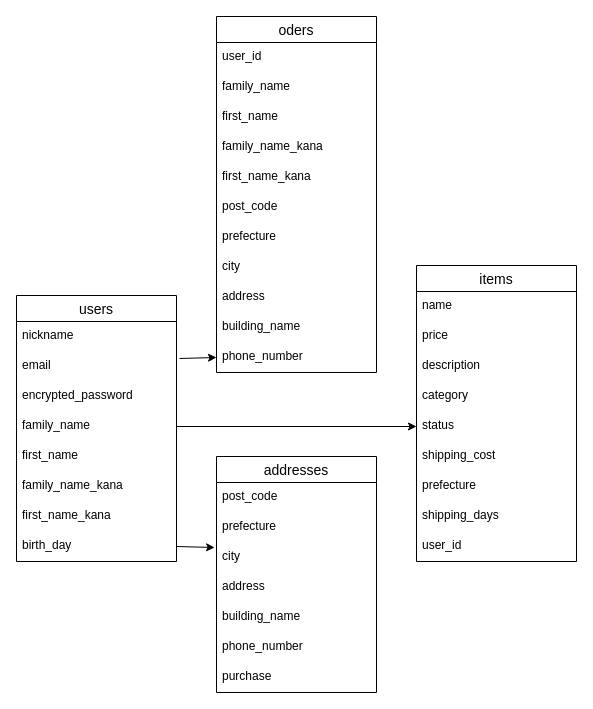
Earlier version of the draw.io diagram furima.dio (123yuki/furima-37850). Source tidied: cells renumbered, new cells numbered last; positions are measured from the earlier drawing's top-left corner, leaving out a move shared by most shapes. Both pictures are drawn from the tidied source at 100%, with x=0, y=0 at pixel (16, 16).
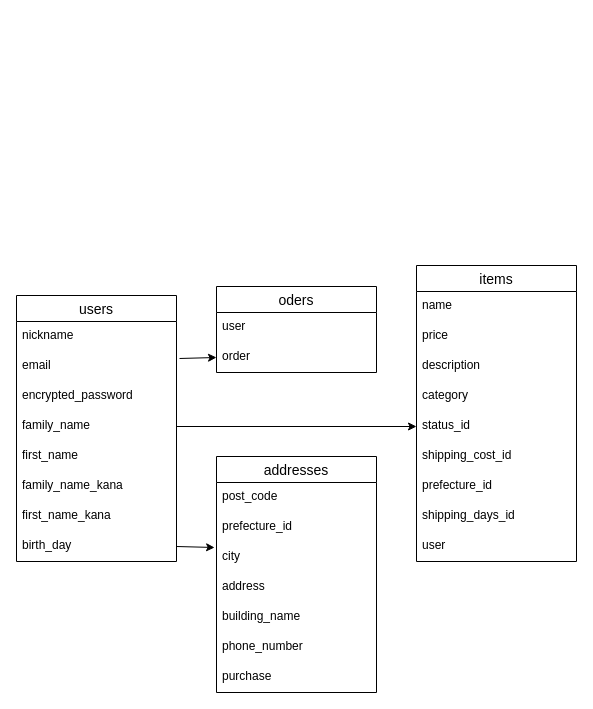
Above is the later version.

Commit message (it also covers changes not shown here):
データベース設計の編集.002

The change refers to these unchanged cells:
```xml
<mxCell id="26" value="items" style="swimlane;fontStyle=0;horizontal=1;startSize=26;align=center;fontSize=14;" parent="1" vertex="1">
  <mxGeometry x="400" y="249" width="160" height="296" as="geometry" />
</mxCell>
<mxCell id="36" value="addresses" style="swimlane;fontStyle=0;horizontal=1;startSize=26;align=center;fontSize=14;" parent="1" vertex="1">
  <mxGeometry x="200" y="440" width="160" height="236" as="geometry" />
</mxCell>
```

What changed in the source:
```diff
@@
     <mxCell id="14" value="oders" style="swimlane;fontStyle=0;horizontal=1;startSize=26;align=center;fontSize=14;" parent="1" vertex="1">
-      <mxGeometry x="200" width="160" height="356" as="geometry" />
+      <mxGeometry x="200" y="270" width="160" height="86" as="geometry" />
     </mxCell>
-    <mxCell id="15" value="user_id" style="text;strokeColor=none;fillColor=none;spacingLeft=4;spacingRight=4;overflow=hidden;fontSize=12;" parent="14" vertex="1">
+    <mxCell id="15" value="user" style="text;strokeColor=none;fillColor=none;spacingLeft=4;spacingRight=4;overflow=hidden;fontSize=12;" parent="14" vertex="1">
       <mxGeometry y="26" width="160" height="30" as="geometry" />
     </mxCell>
-    <mxCell id="16" value="family_name" style="text;strokeColor=none;fillColor=none;spacingLeft=4;spacingRight=4;overflow=hidden;fontSize=12;" parent="14" vertex="1">
-      <mxGeometry y="56" width="160" height="30" as="geometry" />
-    </mxCell>
-    <mxCell id="17" value="first_name" style="text;strokeColor=none;fillColor=none;spacingLeft=4;spacingRight=4;overflow=hidden;fontSize=12;" parent="14" vertex="1">
-      <mxGeometry y="86" width="160" height="30" as="geometry" />
-    </mxCell>
-    <mxCell id="18" value="family_name_kana" style="text;strokeColor=none;fillColor=none;spacingLeft=4;spacingRight=4;overflow=hidden;fontSize=12;" parent="14" vertex="1">
-      <mxGeometry y="116" width="160" height="30" as="geometry" />
-    </mxCell>
-    <mxCell id="19" value="first_name_kana" style="text;strokeColor=none;fillColor=none;spacingLeft=4;spacingRight=4;overflow=hidden;fontSize=12;" parent="14" vertex="1">
-      <mxGeometry y="146" width="160" height="30" as="geometry" />
-    </mxCell>
-    <mxCell id="20" value="post_code" style="text;strokeColor=none;fillColor=none;spacingLeft=4;spacingRight=4;overflow=hidden;fontSize=12;" parent="14" vertex="1">
-      <mxGeometry y="176" width="160" height="30" as="geometry" />
-    </mxCell>
-    <mxCell id="21" value="prefecture" style="text;strokeColor=none;fillColor=none;spacingLeft=4;spacingRight=4;overflow=hidden;fontSize=12;" parent="14" vertex="1">
-      <mxGeometry y="206" width="160" height="30" as="geometry" />
-    </mxCell>
-    <mxCell id="22" value="city" style="text;strokeColor=none;fillColor=none;spacingLeft=4;spacingRight=4;overflow=hidden;fontSize=12;" parent="14" vertex="1">
-      <mxGeometry y="236" width="160" height="30" as="geometry" />
-    </mxCell>
-    <mxCell id="23" value="address" style="text;strokeColor=none;fillColor=none;spacingLeft=4;spacingRight=4;overflow=hidden;fontSize=12;" parent="14" vertex="1">
-      <mxGeometry y="266" width="160" height="30" as="geometry" />
-    </mxCell>
-    <mxCell id="24" value="building_name" style="text;strokeColor=none;fillColor=none;spacingLeft=4;spacingRight=4;overflow=hidden;fontSize=12;" parent="14" vertex="1">
-      <mxGeometry y="296" width="160" height="30" as="geometry" />
-    </mxCell>
-    <mxCell id="25" value="phone_number" style="text;strokeColor=none;fillColor=none;spacingLeft=4;spacingRight=4;overflow=hidden;points=[[0,0.5],[1,0.5]];portConstraint=eastwest;fontSize=12;" parent="14" vertex="1">
-      <mxGeometry y="326" width="160" height="30" as="geometry" />
+    <mxCell id="25" value="order" style="text;strokeColor=none;fillColor=none;spacingLeft=4;spacingRight=4;overflow=hidden;points=[[0,0.5],[1,0.5]];portConstraint=eastwest;fontSize=12;" parent="14" vertex="1">
+      <mxGeometry y="56" width="160" height="30" as="geometry" />
     </mxCell>
@@
-    <mxCell id="31" value="status" style="text;strokeColor=none;fillColor=none;spacingLeft=4;spacingRight=4;overflow=hidden;points=[[0,0.5],[1,0.5]];portConstraint=eastwest;fontSize=12;" parent="26" vertex="1">
+    <mxCell id="31" value="status_id" style="text;strokeColor=none;fillColor=none;spacingLeft=4;spacingRight=4;overflow=hidden;points=[[0,0.5],[1,0.5]];portConstraint=eastwest;fontSize=12;" parent="26" vertex="1">
       <mxGeometry y="146" width="160" height="30" as="geometry" />
     </mxCell>
-    <mxCell id="32" value="shipping_cost" style="text;strokeColor=none;fillColor=none;spacingLeft=4;spacingRight=4;overflow=hidden;fontSize=12;" parent="26" vertex="1">
+    <mxCell id="32" value="shipping_cost_id" style="text;strokeColor=none;fillColor=none;spacingLeft=4;spacingRight=4;overflow=hidden;fontSize=12;" parent="26" vertex="1">
       <mxGeometry y="176" width="160" height="30" as="geometry" />
     </mxCell>
-    <mxCell id="33" value="prefecture" style="text;strokeColor=none;fillColor=none;spacingLeft=4;spacingRight=4;overflow=hidden;fontSize=12;" parent="26" vertex="1">
+    <mxCell id="33" value="prefecture_id" style="text;strokeColor=none;fillColor=none;spacingLeft=4;spacingRight=4;overflow=hidden;fontSize=12;" parent="26" vertex="1">
       <mxGeometry y="206" width="160" height="30" as="geometry" />
     </mxCell>
-    <mxCell id="34" value="shipping_days" style="text;strokeColor=none;fillColor=none;spacingLeft=4;spacingRight=4;overflow=hidden;fontSize=12;" parent="26" vertex="1">
+    <mxCell id="34" value="shipping_days_id" style="text;strokeColor=none;fillColor=none;spacingLeft=4;spacingRight=4;overflow=hidden;fontSize=12;" parent="26" vertex="1">
       <mxGeometry y="236" width="160" height="30" as="geometry" />
     </mxCell>
-    <mxCell id="35" value="user_id" style="text;strokeColor=none;fillColor=none;spacingLeft=4;spacingRight=4;overflow=hidden;fontSize=12;" parent="26" vertex="1">
+    <mxCell id="35" value="user" style="text;strokeColor=none;fillColor=none;spacingLeft=4;spacingRight=4;overflow=hidden;fontSize=12;" parent="26" vertex="1">
       <mxGeometry y="266" width="160" height="30" as="geometry" />
     </mxCell>
@@
-    <mxCell id="38" value="prefecture" style="text;strokeColor=none;fillColor=none;spacingLeft=4;spacingRight=4;overflow=hidden;fontSize=12;" parent="36" vertex="1">
+    <mxCell id="38" value="prefecture_id" style="text;strokeColor=none;fillColor=none;spacingLeft=4;spacingRight=4;overflow=hidden;fontSize=12;" parent="36" vertex="1">
       <mxGeometry y="56" width="160" height="30" as="geometry" />
     </mxCell>
```
